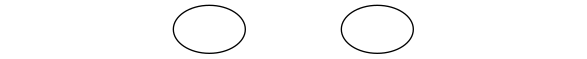
Before: graphs/circo/lossy_oa2.dot.png, a diagram exported from Graphviz (Petrosz007/msc-thesis). Its source is kept beside it as graphs/circo/lossy_oa2.dot.
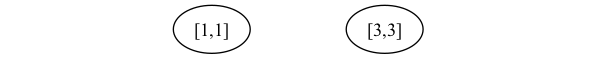
After the commit.

Change to the diagram source:
```diff
@@ -1,7 +1,7 @@
 graph G {
   a [label="", style=invis]
-  b [label=""]
-  c [label=""]
+  b [label="[1,1]"]
+  c [label="[3,3]"]
   d [label="", style=invis]
 
   a -- b [style=invis]
```
